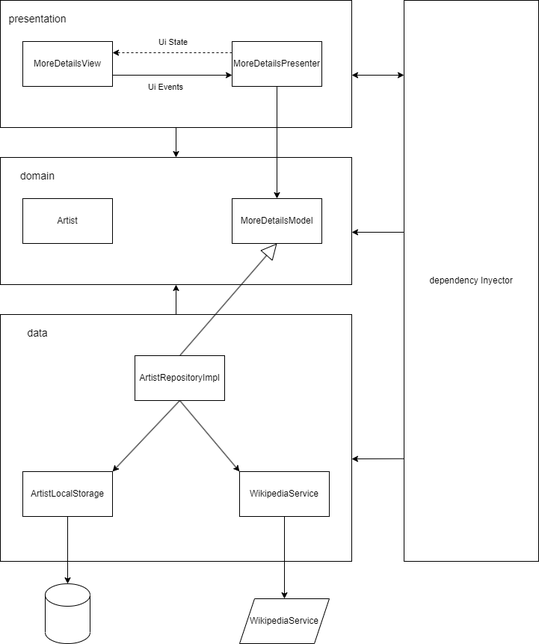
The draw.io diagram docs/OtherInfoWindow_classes_diagram.png in elagarrigue/AyDS23-Winchester4, before a commit. Source tidied: cells renumbered, new cells last; positions are measured from the earlier drawing's top-left corner, leaving out a move shared by most shapes.
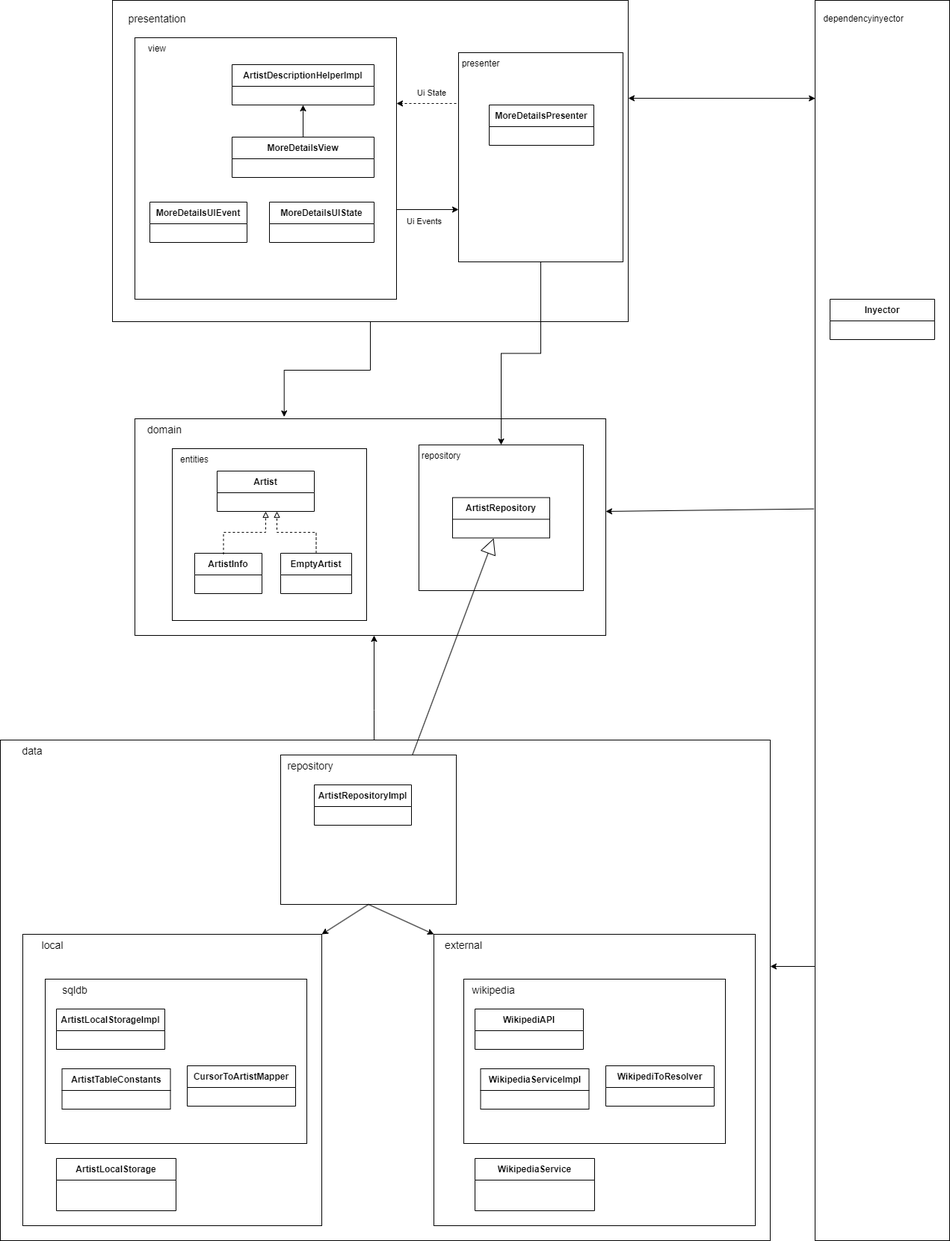
After the commit.

Commit message:
diagrama de clases actualizado

Change to the diagram source:
```diff
@@ -3,30 +3,35 @@
     <mxCell id="0" />
     <mxCell id="1" parent="0" />
     <mxCell id="2" style="rounded=0;whiteSpace=wrap;html=1;" parent="1" vertex="1">
-      <mxGeometry y="210" width="470" height="170" as="geometry" />
+      <mxGeometry x="-200" y="530" width="630" height="290" as="geometry" />
     </mxCell>
-    <mxCell id="3" style="edgeStyle=orthogonalEdgeStyle;rounded=0;jettySize=auto;html=1;entryX=0.5;entryY=0;entryDx=0;entryDy=0;" parent="1" edge="1" source="4" target="2">
+    <mxCell id="3" style="edgeStyle=orthogonalEdgeStyle;rounded=0;jettySize=auto;html=1;entryX=0.317;entryY=-0.009;entryDx=0;entryDy=0;entryPerimeter=0;" parent="1" edge="1" source="4" target="2">
       <mxGeometry relative="1" as="geometry" />
     </mxCell>
     <mxCell id="4" style="rounded=0;whiteSpace=wrap;html=1;" parent="1" vertex="1">
-      <mxGeometry width="470" height="170" as="geometry" />
+      <mxGeometry x="-230" y="-30" width="690" height="430" as="geometry" />
     </mxCell>
     <mxCell id="5" value="&lt;font style=&quot;font-size: 14px;&quot;&gt;presentation&lt;/font&gt;" style="text;html=1;strokeColor=none;fillColor=none;align=center;verticalAlign=middle;whiteSpace=wrap;rounded=0;" parent="1" vertex="1">
-      <mxGeometry x="10" y="10" width="80" height="30" as="geometry" />
+      <mxGeometry x="-210" y="-20" width="80" height="30" as="geometry" />
     </mxCell>
-    <mxCell id="6" style="edgeStyle=orthogonalEdgeStyle;rounded=0;jettySize=auto;html=1;exitX=1;exitY=0.75;exitDx=0;exitDy=0;entryX=0;entryY=0.75;entryDx=0;entryDy=0;" parent="1" edge="1" source="8" target="12">
-      <mxGeometry relative="1" as="geometry" />
+    <mxCell id="6" style="edgeStyle=orthogonalEdgeStyle;rounded=0;jettySize=auto;html=1;entryX=0;entryY=0.75;entryDx=0;entryDy=0;" parent="1" edge="1" target="12">
+      <mxGeometry relative="1" as="geometry">
+        <mxPoint x="140" y="250" as="sourcePoint" />
+      </mxGeometry>
     </mxCell>
     <mxCell id="7" value="Ui Events" style="edgeLabel;html=1;align=center;verticalAlign=middle;" parent="6" vertex="1">
       <mxGeometry x="-0.28" y="-2" relative="1" as="geometry">
         <mxPoint x="12" y="13" as="offset" />
       </mxGeometry>
     </mxCell>
-    <mxCell id="8" value="MoreDetailsView" style="rounded=0;whiteSpace=wrap;html=1;" parent="1" vertex="1">
-      <mxGeometry x="30" y="55" width="120" height="60" as="geometry" />
+    <mxCell id="8" style="rounded=0;whiteSpace=wrap;html=1;" parent="1" vertex="1">
+      <mxGeometry x="-200" y="20" width="350" height="350" as="geometry" />
     </mxCell>
-    <mxCell id="9" style="edgeStyle=orthogonalEdgeStyle;rounded=0;jettySize=auto;html=1;exitX=0;exitY=0.25;exitDx=0;exitDy=0;entryX=1;entryY=0.25;entryDx=0;entryDy=0;dashed=1;" parent="1" edge="1" source="12" target="8">
-      <mxGeometry relative="1" as="geometry" />
+    <mxCell id="9" style="edgeStyle=orthogonalEdgeStyle;rounded=0;orthogonalLoop=1;jettySize=auto;html=1;dashed=1;" parent="1" edge="1">
+      <mxGeometry relative="1" as="geometry">
+        <mxPoint x="230" y="108" as="sourcePoint" />
+        <mxPoint x="150" y="108" as="targetPoint" />
+      </mxGeometry>
     </mxCell>
     <mxCell id="10" value="Ui State" style="edgeLabel;html=1;align=center;verticalAlign=middle;" parent="9" vertex="1">
       <mxGeometry x="0.16" y="3" relative="1" as="geometry">
@@ -36,44 +41,43 @@
     <mxCell id="11" style="edgeStyle=orthogonalEdgeStyle;rounded=0;jettySize=auto;html=1;entryX=0.5;entryY=0;entryDx=0;entryDy=0;" parent="1" edge="1" source="12" target="15">
       <mxGeometry relative="1" as="geometry" />
     </mxCell>
-    <mxCell id="12" value="MoreDetailsPresenter" style="rounded=0;whiteSpace=wrap;html=1;" parent="1" vertex="1">
-      <mxGeometry x="310" y="55" width="120" height="60" as="geometry" />
+    <mxCell id="12" style="rounded=0;whiteSpace=wrap;html=1;" parent="1" vertex="1">
+      <mxGeometry x="233" y="40" width="220" height="280" as="geometry" />
     </mxCell>
     <mxCell id="13" value="&lt;font style=&quot;font-size: 14px;&quot;&gt;domain&lt;/font&gt;" style="text;html=1;strokeColor=none;fillColor=none;align=center;verticalAlign=middle;whiteSpace=wrap;rounded=0;" parent="1" vertex="1">
-      <mxGeometry x="10" y="220" width="80" height="30" as="geometry" />
+      <mxGeometry x="-200" y="530" width="80" height="30" as="geometry" />
     </mxCell>
-    <mxCell id="14" value="Artist" style="rounded=0;whiteSpace=wrap;html=1;" parent="1" vertex="1">
-      <mxGeometry x="30" y="265" width="120" height="60" as="geometry" />
+    <mxCell id="14" style="rounded=0;whiteSpace=wrap;html=1;" parent="1" vertex="1">
+      <mxGeometry x="-150" y="570" width="260" height="230" as="geometry" />
     </mxCell>
-    <mxCell id="15" value="MoreDetailsModel" style="rounded=0;whiteSpace=wrap;html=1;" parent="1" vertex="1">
-      <mxGeometry x="310" y="265" width="120" height="60" as="geometry" />
+    <mxCell id="15" style="rounded=0;whiteSpace=wrap;html=1;" parent="1" vertex="1">
+      <mxGeometry x="180" y="565" width="220" height="195" as="geometry" />
     </mxCell>
     <mxCell id="16" style="edgeStyle=orthogonalEdgeStyle;rounded=0;jettySize=auto;html=1;" parent="1" edge="1" source="17" target="2">
-      <mxGeometry relative="1" as="geometry" />
+      <mxGeometry relative="1" as="geometry">
+        <Array as="points">
+          <mxPoint x="120" y="920" />
+          <mxPoint x="120" y="920" />
+        </Array>
+      </mxGeometry>
     </mxCell>
     <mxCell id="17" style="rounded=0;whiteSpace=wrap;html=1;" parent="1" vertex="1">
-      <mxGeometry y="420" width="470" height="330" as="geometry" />
+      <mxGeometry x="-380" y="960" width="1030" height="670" as="geometry" />
     </mxCell>
     <mxCell id="18" value="&lt;font style=&quot;font-size: 14px;&quot;&gt;data&lt;/font&gt;" style="text;html=1;strokeColor=none;fillColor=none;align=center;verticalAlign=middle;whiteSpace=wrap;rounded=0;" parent="1" vertex="1">
-      <mxGeometry x="10" y="430" width="80" height="30" as="geometry" />
+      <mxGeometry x="-377.5" y="960" width="80" height="30" as="geometry" />
     </mxCell>
-    <mxCell id="19" style="edgeStyle=orthogonalEdgeStyle;rounded=0;jettySize=auto;html=1;" parent="1" edge="1" source="20" target="28">
-      <mxGeometry relative="1" as="geometry" />
-    </mxCell>
-    <mxCell id="20" value="ArtistLocalStorage" style="rounded=0;whiteSpace=wrap;html=1;" parent="1" vertex="1">
-      <mxGeometry x="30" y="630" width="120" height="60" as="geometry" />
+    <mxCell id="20" style="rounded=0;whiteSpace=wrap;html=1;" parent="1" vertex="1">
+      <mxGeometry x="-350" y="1220" width="400" height="390" as="geometry" />
     </mxCell>
-    <mxCell id="21" value="ArtistRepositoryImpl" style="rounded=0;whiteSpace=wrap;html=1;" parent="1" vertex="1">
-      <mxGeometry x="180" y="475" width="120" height="60" as="geometry" />
+    <mxCell id="21" style="rounded=0;whiteSpace=wrap;html=1;" parent="1" vertex="1">
+      <mxGeometry x="-5" y="980" width="235" height="200" as="geometry" />
     </mxCell>
-    <mxCell id="22" style="edgeStyle=orthogonalEdgeStyle;rounded=0;jettySize=auto;html=1;" parent="1" edge="1" source="23" target="29">
-      <mxGeometry relative="1" as="geometry" />
-    </mxCell>
-    <mxCell id="23" value="WikipediaService" style="rounded=0;whiteSpace=wrap;html=1;" parent="1" vertex="1">
-      <mxGeometry x="320" y="630" width="120" height="60" as="geometry" />
+    <mxCell id="23" style="rounded=0;whiteSpace=wrap;html=1;" parent="1" vertex="1">
+      <mxGeometry x="200" y="1220" width="430" height="390" as="geometry" />
     </mxCell>
-    <mxCell id="24" value="dependency Inyector" style="rounded=0;whiteSpace=wrap;html=1;" parent="1" vertex="1">
-      <mxGeometry x="540" width="180" height="750" as="geometry" />
+    <mxCell id="24" style="rounded=0;whiteSpace=wrap;html=1;" parent="1" vertex="1">
+      <mxGeometry x="710" y="-30" width="180" height="1660" as="geometry" />
     </mxCell>
     <mxCell id="25" style="endArrow=classic;html=1;rounded=0;entryX=1;entryY=0;entryDx=0;entryDy=0;exitX=0.5;exitY=1;exitDx=0;exitDy=0;" parent="1" edge="1" source="21" target="20">
       <mxGeometry relative="1" as="geometry" />
@@ -81,29 +85,133 @@
     <mxCell id="26" style="endArrow=classic;html=1;rounded=0;entryX=0;entryY=0;entryDx=0;entryDy=0;exitX=0.5;exitY=1;exitDx=0;exitDy=0;" parent="1" edge="1" source="21" target="23">
       <mxGeometry relative="1" as="geometry" />
     </mxCell>
-    <mxCell id="27" style="endArrow=block;html=1;rounded=0;entryX=0.5;entryY=1;entryDx=0;entryDy=0;exitX=0.5;exitY=0;exitDx=0;exitDy=0;endFill=0;strokeWidth=1;endSize=19;" parent="1" edge="1" source="21" target="15">
-      <mxGeometry relative="1" as="geometry" />
+    <mxCell id="27" style="endArrow=block;html=1;rounded=0;endFill=0;strokeWidth=1;endSize=19;exitX=0.75;exitY=0;exitDx=0;exitDy=0;" parent="1" edge="1" source="21">
+      <mxGeometry relative="1" as="geometry">
+        <mxPoint x="280" y="690" as="targetPoint" />
+      </mxGeometry>
     </mxCell>
-    <mxCell id="28" style="shape=cylinder3;whiteSpace=wrap;html=1;boundedLbl=1;backgroundOutline=1;size=15;" parent="1" vertex="1">
-      <mxGeometry x="60" y="780" width="60" height="80" as="geometry" />
-    </mxCell>
-    <mxCell id="29" value="WikipediaService" style="shape=parallelogram;perimeter=parallelogramPerimeter;whiteSpace=wrap;html=1;fixedSize=1;" parent="1" vertex="1">
-      <mxGeometry x="320" y="800" width="120" height="60" as="geometry" />
-    </mxCell>
-    <mxCell id="30" style="endArrow=classic;html=1;rounded=0;exitX=0;exitY=0.817;exitDx=0;exitDy=0;exitPerimeter=0;entryX=1;entryY=0.585;entryDx=0;entryDy=0;entryPerimeter=0;" parent="1" edge="1" source="24" target="17">
-      <mxGeometry relative="1" as="geometry" />
-    </mxCell>
-    <mxCell id="31" style="endArrow=classic;html=1;rounded=0;exitX=0;exitY=0.817;exitDx=0;exitDy=0;exitPerimeter=0;entryX=1;entryY=0.585;entryDx=0;entryDy=0;entryPerimeter=0;" parent="1" edge="1">
+    <mxCell id="31" style="endArrow=classic;html=1;rounded=0;exitX=-0.008;exitY=0.41;exitDx=0;exitDy=0;exitPerimeter=0;entryX=1;entryY=0.585;entryDx=0;entryDy=0;entryPerimeter=0;" parent="1" edge="1" source="24">
       <mxGeometry relative="1" as="geometry">
-        <mxPoint x="540" y="310" as="sourcePoint" />
-        <mxPoint x="470" y="310" as="targetPoint" />
+        <mxPoint x="430" y="654" as="targetPoint" />
       </mxGeometry>
     </mxCell>
-    <mxCell id="32" style="endArrow=classic;html=1;rounded=0;exitX=0;exitY=0.817;exitDx=0;exitDy=0;exitPerimeter=0;entryX=1;entryY=0.585;entryDx=0;entryDy=0;entryPerimeter=0;startArrow=classic;startFill=1;" parent="1" edge="1">
+    <mxCell id="32" style="endArrow=classic;html=1;rounded=0;exitX=0.001;exitY=0.079;exitDx=0;exitDy=0;exitPerimeter=0;startArrow=classic;startFill=1;" parent="1" edge="1" source="24">
       <mxGeometry relative="1" as="geometry">
-        <mxPoint x="540" y="100" as="sourcePoint" />
-        <mxPoint x="470" y="100" as="targetPoint" />
+        <mxPoint x="460" y="101" as="targetPoint" />
       </mxGeometry>
     </mxCell>
+    <mxCell id="33" value="MoreDetailsPresenter" style="swimlane;fontStyle=1;align=center;verticalAlign=middle;horizontal=1;startSize=29;html=1;whiteSpace=wrap;" parent="1" vertex="1">
+      <mxGeometry x="274" y="110" width="140" height="54" as="geometry" />
+    </mxCell>
+    <mxCell id="34" value="presenter" style="text;html=1;strokeColor=none;fillColor=none;align=center;verticalAlign=middle;whiteSpace=wrap;rounded=0;" parent="1" vertex="1">
+      <mxGeometry x="233" y="40" width="60" height="30" as="geometry" />
+    </mxCell>
+    <mxCell id="35" value="view" style="text;html=1;strokeColor=none;fillColor=none;align=center;verticalAlign=middle;whiteSpace=wrap;rounded=0;" parent="1" vertex="1">
+      <mxGeometry x="-200" y="20" width="60" height="30" as="geometry" />
+    </mxCell>
+    <mxCell id="36" value="ArtistDescriptionHelperImpl" style="swimlane;fontStyle=1;align=center;verticalAlign=middle;horizontal=1;startSize=29;html=1;whiteSpace=wrap;" parent="1" vertex="1">
+      <mxGeometry x="-70" y="56" width="190" height="54" as="geometry" />
+    </mxCell>
+    <mxCell id="37" value="MoreDetailsUIEvent" style="swimlane;fontStyle=1;align=center;verticalAlign=middle;horizontal=1;startSize=29;html=1;whiteSpace=wrap;" parent="1" vertex="1">
+      <mxGeometry x="-180" y="240" width="130" height="54" as="geometry" />
+    </mxCell>
+    <mxCell id="38" value="MoreDetailsUIState" style="swimlane;fontStyle=1;align=center;verticalAlign=middle;horizontal=1;startSize=29;html=1;whiteSpace=wrap;" parent="1" vertex="1">
+      <mxGeometry x="-20" y="240" width="140" height="54" as="geometry" />
+    </mxCell>
+    <mxCell id="39" style="edgeStyle=orthogonalEdgeStyle;rounded=0;jettySize=auto;html=1;entryX=0.5;entryY=1;entryDx=0;entryDy=0;" parent="1" edge="1" source="40" target="36">
+      <mxGeometry relative="1" as="geometry" />
+    </mxCell>
+    <mxCell id="40" value="MoreDetailsView" style="swimlane;fontStyle=1;align=center;verticalAlign=middle;horizontal=1;startSize=29;html=1;whiteSpace=wrap;" parent="1" vertex="1">
+      <mxGeometry x="-70" y="153" width="190" height="54" as="geometry" />
+    </mxCell>
+    <mxCell id="41" value="entities" style="text;html=1;strokeColor=none;fillColor=none;align=center;verticalAlign=middle;whiteSpace=wrap;rounded=0;" parent="1" vertex="1">
+      <mxGeometry x="-150" y="570" width="60" height="30" as="geometry" />
+    </mxCell>
+    <mxCell id="42" value="Artist" style="swimlane;fontStyle=1;align=center;verticalAlign=middle;horizontal=1;startSize=29;html=1;whiteSpace=wrap;" parent="1" vertex="1">
+      <mxGeometry x="-90" y="600" width="130" height="54" as="geometry" />
+    </mxCell>
+    <mxCell id="43" value="ArtistInfo" style="swimlane;fontStyle=1;align=center;verticalAlign=middle;horizontal=1;startSize=29;html=1;whiteSpace=wrap;" parent="1" vertex="1">
+      <mxGeometry x="-120" y="710" width="90" height="54" as="geometry" />
+    </mxCell>
+    <mxCell id="44" value="EmptyArtist" style="swimlane;fontStyle=1;align=center;verticalAlign=middle;horizontal=1;startSize=29;html=1;whiteSpace=wrap;" parent="1" vertex="1">
+      <mxGeometry x="-5" y="710" width="95" height="54" as="geometry" />
+    </mxCell>
+    <mxCell id="45" style="edgeStyle=orthogonalEdgeStyle;rounded=0;jettySize=auto;html=1;dashed=1;exitX=0.5;exitY=0;exitDx=0;exitDy=0;endArrow=block;endFill=0;" parent="1" edge="1" source="44" target="42">
+      <mxGeometry relative="1" as="geometry">
+        <Array as="points">
+          <mxPoint x="42" y="682" />
+          <mxPoint x="-10" y="682" />
+        </Array>
+      </mxGeometry>
+    </mxCell>
+    <mxCell id="46" style="edgeStyle=orthogonalEdgeStyle;rounded=0;jettySize=auto;html=1;dashed=1;exitX=0.428;exitY=0.029;exitDx=0;exitDy=0;endArrow=block;endFill=0;entryX=0.5;entryY=1;entryDx=0;entryDy=0;exitPerimeter=0;" parent="1" edge="1" source="43" target="42">
+      <mxGeometry relative="1" as="geometry" />
+    </mxCell>
+    <mxCell id="47" value="repository" style="text;html=1;strokeColor=none;fillColor=none;align=center;verticalAlign=middle;whiteSpace=wrap;rounded=0;" parent="1" vertex="1">
+      <mxGeometry x="180" y="565" width="60" height="30" as="geometry" />
+    </mxCell>
+    <mxCell id="48" value="ArtistRepository" style="swimlane;fontStyle=1;align=center;verticalAlign=middle;horizontal=1;startSize=29;html=1;whiteSpace=wrap;" parent="1" vertex="1">
+      <mxGeometry x="225" y="635.5" width="130" height="54" as="geometry" />
+    </mxCell>
+    <mxCell id="49" value="&lt;font style=&quot;font-size: 14px;&quot;&gt;repository&lt;/font&gt;" style="text;html=1;strokeColor=none;fillColor=none;align=center;verticalAlign=middle;whiteSpace=wrap;rounded=0;" parent="1" vertex="1">
+      <mxGeometry x="-5" y="980" width="80" height="30" as="geometry" />
+    </mxCell>
+    <mxCell id="50" value="ArtistRepositoryImpl" style="swimlane;fontStyle=1;align=center;verticalAlign=middle;horizontal=1;startSize=29;html=1;whiteSpace=wrap;" parent="1" vertex="1">
+      <mxGeometry x="40" y="1020" width="130" height="54" as="geometry" />
+    </mxCell>
+    <mxCell id="51" value="&lt;font style=&quot;font-size: 14px;&quot;&gt;local&lt;/font&gt;" style="text;html=1;strokeColor=none;fillColor=none;align=center;verticalAlign=middle;whiteSpace=wrap;rounded=0;" parent="1" vertex="1">
+      <mxGeometry x="-350" y="1220" width="80" height="30" as="geometry" />
+    </mxCell>
+    <mxCell id="52" style="rounded=0;whiteSpace=wrap;html=1;" parent="1" vertex="1">
+      <mxGeometry x="-320" y="1280" width="350" height="220" as="geometry" />
+    </mxCell>
+    <mxCell id="53" value="&lt;font style=&quot;font-size: 14px;&quot;&gt;sqldb&lt;/font&gt;" style="text;html=1;strokeColor=none;fillColor=none;align=center;verticalAlign=middle;whiteSpace=wrap;rounded=0;" parent="1" vertex="1">
+      <mxGeometry x="-320" y="1280" width="80" height="30" as="geometry" />
+    </mxCell>
+    <mxCell id="54" value="ArtistLocalStorage" style="swimlane;fontStyle=1;align=center;verticalAlign=middle;horizontal=1;startSize=29;html=1;whiteSpace=wrap;" parent="1" vertex="1">
+      <mxGeometry x="-305" y="1520" width="160" height="70" as="geometry" />
+    </mxCell>
+    <mxCell id="55" value="ArtistLocalStorageImpl" style="swimlane;fontStyle=1;align=center;verticalAlign=middle;horizontal=1;startSize=29;html=1;whiteSpace=wrap;" parent="1" vertex="1">
+      <mxGeometry x="-305" y="1320" width="145" height="54" as="geometry" />
+    </mxCell>
+    <mxCell id="56" value="ArtistTableConstants" style="swimlane;fontStyle=1;align=center;verticalAlign=middle;horizontal=1;startSize=29;html=1;whiteSpace=wrap;" parent="1" vertex="1">
+      <mxGeometry x="-297.5" y="1400" width="145" height="54" as="geometry" />
+    </mxCell>
+    <mxCell id="57" value="CursorToArtistMapper" style="swimlane;fontStyle=1;align=center;verticalAlign=middle;horizontal=1;startSize=29;html=1;whiteSpace=wrap;" parent="1" vertex="1">
+      <mxGeometry x="-130" y="1396" width="145" height="54" as="geometry" />
+    </mxCell>
+    <mxCell id="58" style="rounded=0;whiteSpace=wrap;html=1;" parent="1" vertex="1">
+      <mxGeometry x="240" y="1280" width="350" height="220" as="geometry" />
+    </mxCell>
+    <mxCell id="59" value="&lt;font style=&quot;font-size: 14px;&quot;&gt;wikipedia&lt;/font&gt;" style="text;html=1;strokeColor=none;fillColor=none;align=center;verticalAlign=middle;whiteSpace=wrap;rounded=0;" parent="1" vertex="1">
+      <mxGeometry x="240" y="1280" width="80" height="30" as="geometry" />
+    </mxCell>
+    <mxCell id="29" value="WikipediaService" style="swimlane;fontStyle=1;align=center;verticalAlign=middle;horizontal=1;startSize=29;html=1;whiteSpace=wrap;" parent="1" vertex="1">
+      <mxGeometry x="255" y="1520" width="160" height="70" as="geometry" />
+    </mxCell>
+    <mxCell id="60" value="WikipediAPI" style="swimlane;fontStyle=1;align=center;verticalAlign=middle;horizontal=1;startSize=29;html=1;whiteSpace=wrap;" parent="1" vertex="1">
+      <mxGeometry x="255" y="1320" width="145" height="54" as="geometry" />
+    </mxCell>
+    <mxCell id="61" value="WikipediaServiceImpl" style="swimlane;fontStyle=1;align=center;verticalAlign=middle;horizontal=1;startSize=29;html=1;whiteSpace=wrap;" parent="1" vertex="1">
+      <mxGeometry x="262.5" y="1400" width="145" height="54" as="geometry" />
+    </mxCell>
+    <mxCell id="62" value="WikipediToResolver" style="swimlane;fontStyle=1;align=center;verticalAlign=middle;horizontal=1;startSize=29;html=1;whiteSpace=wrap;" parent="1" vertex="1">
+      <mxGeometry x="430" y="1396" width="145" height="54" as="geometry" />
+    </mxCell>
+    <mxCell id="63" value="&lt;span style=&quot;font-size: 14px;&quot;&gt;external&lt;/span&gt;" style="text;html=1;strokeColor=none;fillColor=none;align=center;verticalAlign=middle;whiteSpace=wrap;rounded=0;" parent="1" vertex="1">
+      <mxGeometry x="200" y="1220" width="80" height="30" as="geometry" />
+    </mxCell>
+    <mxCell id="64" style="endArrow=classic;html=1;rounded=0;entryX=1;entryY=0.585;entryDx=0;entryDy=0;entryPerimeter=0;" parent="1" edge="1">
+      <mxGeometry relative="1" as="geometry">
+        <mxPoint x="710" y="1263" as="sourcePoint" />
+        <mxPoint x="650" y="1263" as="targetPoint" />
+      </mxGeometry>
+    </mxCell>
+    <mxCell id="65" value="dependencyinyector" style="text;html=1;strokeColor=none;fillColor=none;align=center;verticalAlign=middle;whiteSpace=wrap;rounded=0;" parent="1" vertex="1">
+      <mxGeometry x="710" y="-30" width="130" height="50" as="geometry" />
+    </mxCell>
+    <mxCell id="66" value="Inyector" style="swimlane;fontStyle=1;align=center;verticalAlign=middle;horizontal=1;startSize=29;html=1;whiteSpace=wrap;" parent="1" vertex="1">
+      <mxGeometry x="730" y="370" width="140" height="54" as="geometry" />
+    </mxCell>
   </root>
 </mxGraphModel>
```
